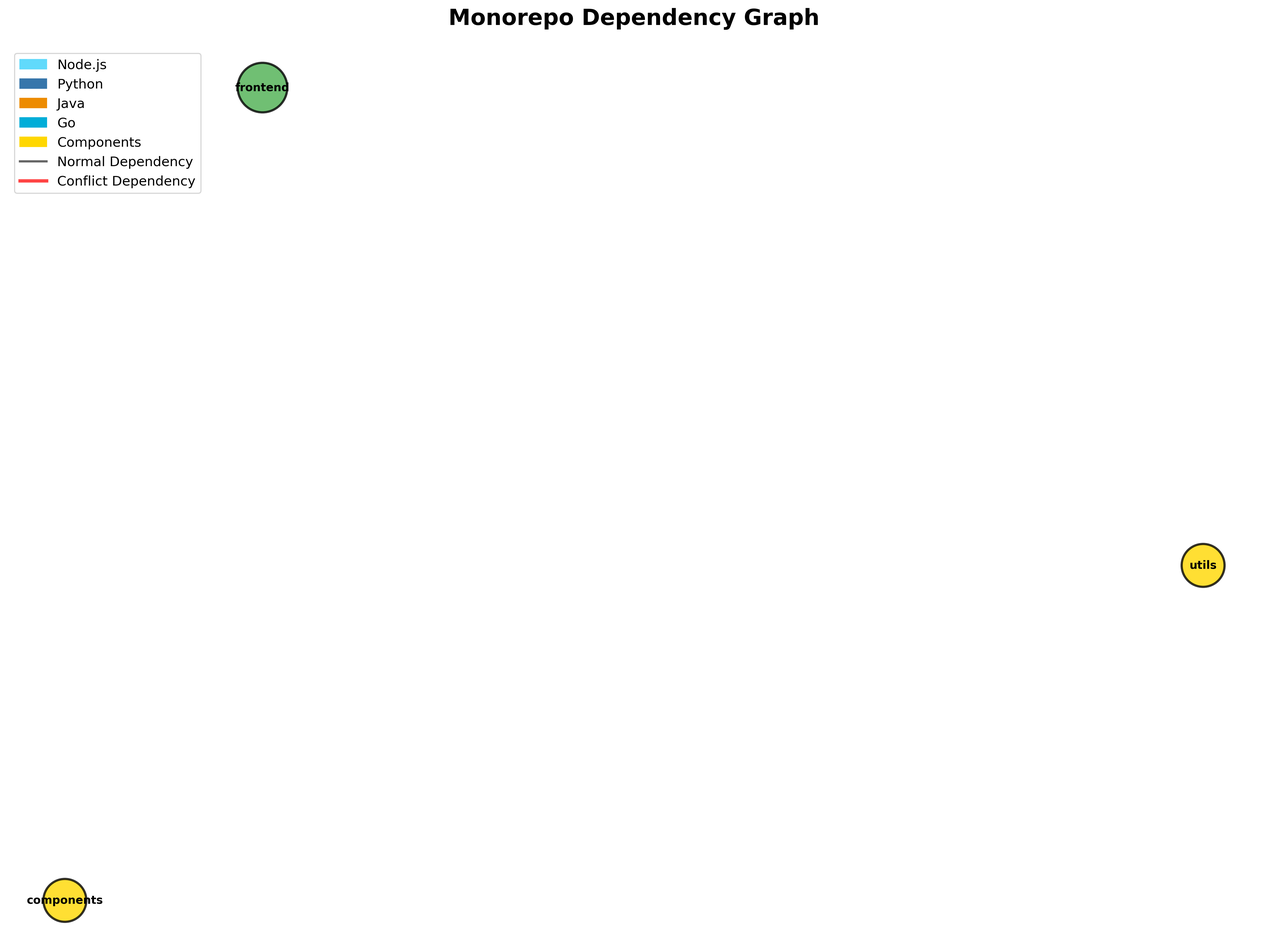
Otazka/MonoAgent keeps this Graphviz diagram as dependency_graph.png. Above is the earlier version. Its source is kept beside it as dependency_graph.dot. Source of this version:
```dot
digraph {
	dpi=300 rankdir=TB size="16,12"
	frontend [label=frontend fillcolor="#4CAF50" fontsize=12 fontweight=bold shape=box style=filled]
	utils [label=utils fillcolor="#FFD700" fontsize=12 fontweight=bold shape=ellipse style=filled]
	components [label=components fillcolor="#FFD700" fontsize=12 fontweight=bold shape=ellipse style=filled]
}
```
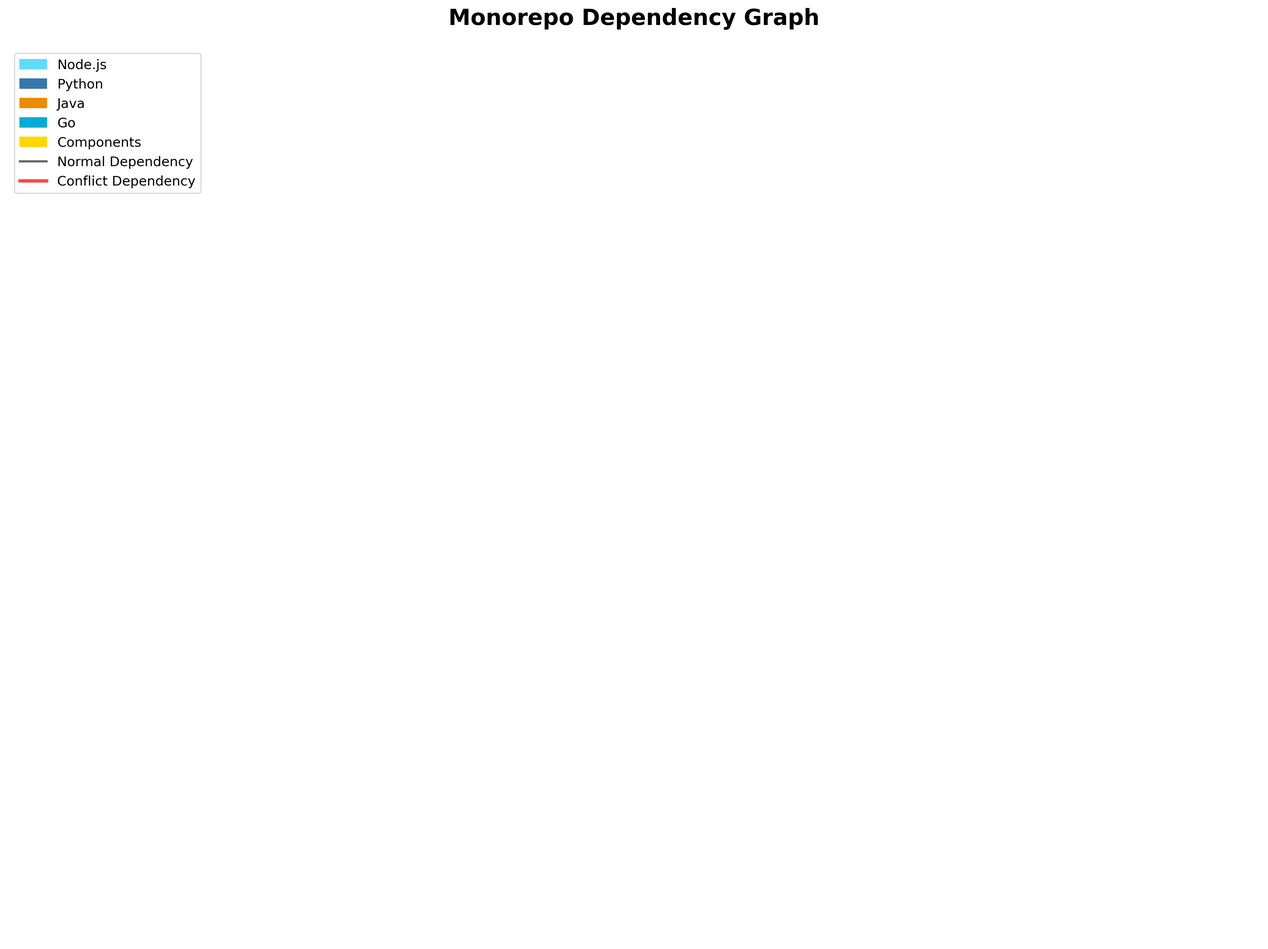
Later version of the same file.

Diff of the diagram source:
```diff
@@ -1,6 +1,3 @@
 digraph {
 	dpi=300 rankdir=TB size="16,12"
-	frontend [label=frontend fillcolor="#4CAF50" fontsize=12 fontweight=bold shape=box style=filled]
-	utils [label=utils fillcolor="#FFD700" fontsize=12 fontweight=bold shape=ellipse style=filled]
-	components [label=components fillcolor="#FFD700" fontsize=12 fontweight=bold shape=ellipse style=filled]
 }
```
